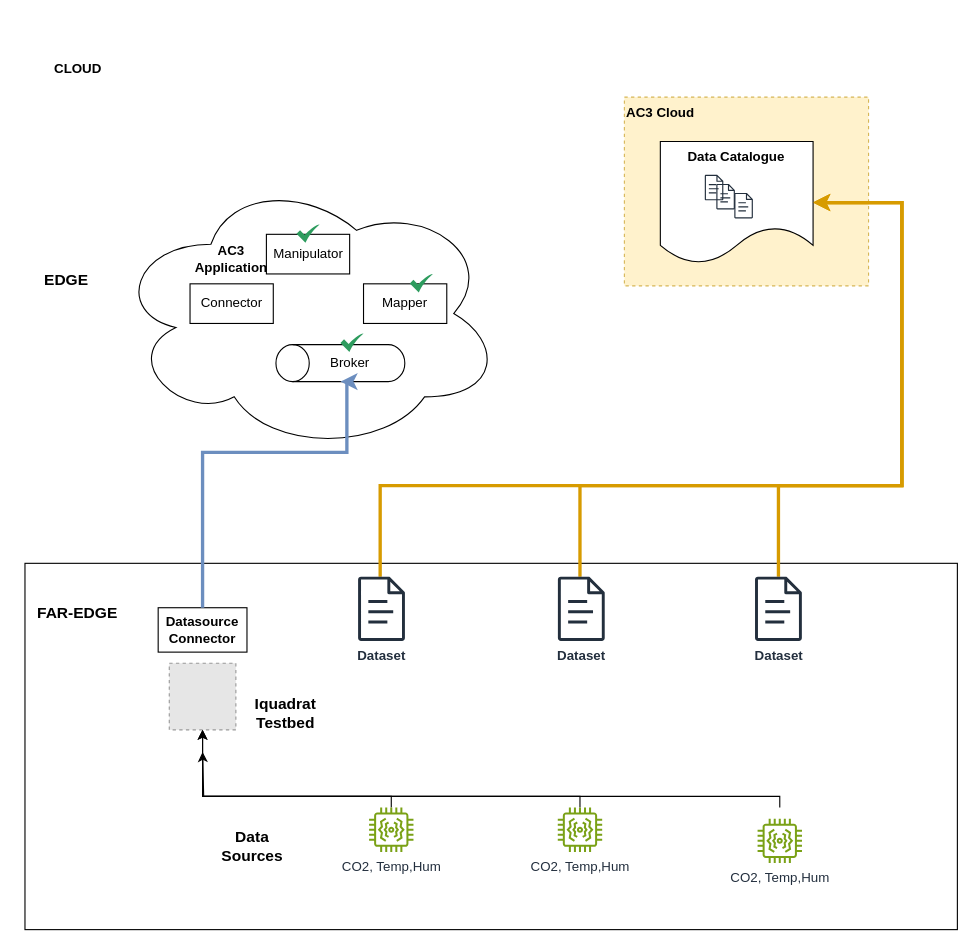
Above: Untitled Diagram.drawio in jojedaiqu/ac3_diagrams (draw.io), before the change. Source tidied: cells renumbered, new cells numbered last; positions are measured from the earlier drawing's top-left corner, leaving out a move shared by most shapes. Both pictures are drawn from the tidied source at 111%, with x=0, y=0 at pixel (19, 41). Pictures stored in the file or linked from it are replaced by grey dashed boxes.
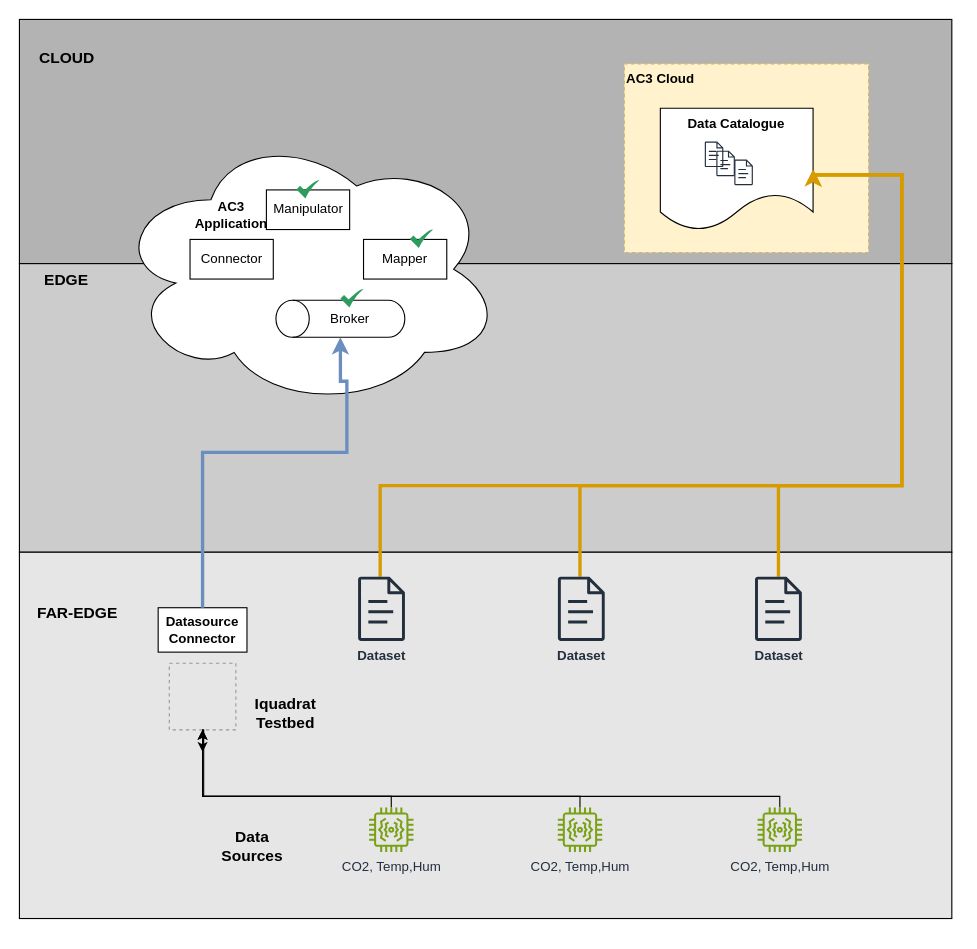
After the change.

The change refers to these unchanged cells:
```xml
<mxCell id="6" style="fillColor=#E6E6E6;strokeColor=#999999;dashed=1;html=1;verticalAlign=top;verticalLabelPosition=bottom;labelBackgroundColor=#ffffff;" parent="1" vertex="1">
  <mxGeometry x="135" y="560" width="60" height="60" as="geometry" />
</mxCell>
<mxCell id="26" value="Dataset" style="sketch=0;outlineConnect=0;fontColor=#232F3E;gradientColor=none;fillColor=#232F3D;strokeColor=none;dashed=0;verticalLabelPosition=bottom;verticalAlign=top;align=center;html=1;fontSize=12;fontStyle=1;shape=mxgraph.aws4.document;" parent="1" vertex="1">
  <mxGeometry x="305" y="482" width="42.4" height="58" as="geometry" />
</mxCell>
<mxCell id="27" value="Dataset" style="sketch=0;outlineConnect=0;fontColor=#232F3E;gradientColor=none;fillColor=#232F3D;strokeColor=none;dashed=0;verticalLabelPosition=bottom;verticalAlign=top;align=center;html=1;fontSize=12;fontStyle=1;shape=mxgraph.aws4.document;" parent="1" vertex="1">
  <mxGeometry x="662.6" y="482" width="42.4" height="58" as="geometry" />
</mxCell>
<mxCell id="29" value="Dataset" style="sketch=0;outlineConnect=0;fontColor=#232F3E;gradientColor=none;fillColor=#232F3D;strokeColor=none;dashed=0;verticalLabelPosition=bottom;verticalAlign=top;align=center;html=1;fontSize=12;fontStyle=1;shape=mxgraph.aws4.document;" parent="1" vertex="1">
  <mxGeometry x="485" y="482" width="42.4" height="58" as="geometry" />
</mxCell>
<mxCell id="31" value="CO2, Temp,Hum" style="sketch=0;outlineConnect=0;fontColor=#232F3E;gradientColor=none;fillColor=#7AA116;strokeColor=none;dashed=0;verticalLabelPosition=bottom;verticalAlign=top;align=center;html=1;fontSize=12;fontStyle=0;shape=mxgraph.aws4.iot_thing_vibration_sensor;" parent="1" vertex="1">
  <mxGeometry x="485" y="690" width="40" height="40" as="geometry" />
</mxCell>
```

What changed in the source:
```diff
@@
+    <mxCell id="41" style="html=1;dashed=0;whiteSpace=wrap;fillColor=#B3B3B3;" parent="1" vertex="1">
+      <mxGeometry y="-20" width="840" height="220" as="geometry" />
+    </mxCell>
+    <mxCell id="42" style="html=1;dashed=0;whiteSpace=wrap;fillColor=#CCCCCC;" parent="1" vertex="1">
+      <mxGeometry y="200" width="840" height="260" as="geometry" />
+    </mxCell>
-    <mxCell id="2" style="html=1;dashed=0;whiteSpace=wrap;" parent="1" vertex="1">
-      <mxGeometry x="5" y="470" width="840" height="330" as="geometry" />
+    <mxCell id="2" style="html=1;dashed=0;whiteSpace=wrap;fillColor=#E6E6E6;" parent="1" vertex="1">
+      <mxGeometry y="460" width="840" height="330" as="geometry" />
     </mxCell>
     <mxCell id="3" value="AC3 Cloud" style="rounded=0;whiteSpace=wrap;html=1;labelPosition=center;verticalLabelPosition=middle;align=left;verticalAlign=top;fillColor=#fff2cc;strokeColor=#d6b656;dashed=1;fontStyle=1;" parent="1" vertex="1">
-      <mxGeometry x="545" y="50" width="220" height="170" as="geometry" />
+      <mxGeometry x="545" y="20" width="220" height="170" as="geometry" />
     </mxCell>
@@
-    <mxCell id="8" value="CLOUD" style="text;html=1;align=center;verticalAlign=middle;whiteSpace=wrap;rounded=0;fontStyle=1;" parent="1" vertex="1">
-      <mxGeometry x="22.5" width="60" height="50" as="geometry" />
+    <mxCell id="8" value="&lt;font style=&quot;font-size: 14px;&quot;&gt;CLOUD&lt;/font&gt;" style="text;html=1;align=center;verticalAlign=middle;whiteSpace=wrap;rounded=0;fontStyle=1;" parent="1" vertex="1">
+      <mxGeometry x="12.5" y="-10" width="60" height="50" as="geometry" />
     </mxCell>
@@
     <mxCell id="10" style="edgeStyle=orthogonalEdgeStyle;rounded=0;jettySize=auto;html=1;entryX=1;entryY=0.5;entryDx=0;entryDy=0;fillColor=#ffe6cc;strokeColor=#d79b00;strokeWidth=3;" parent="1" edge="1" source="26" target="25">
       <mxGeometry relative="1" as="geometry">
         <Array as="points">
           <mxPoint x="325" y="400" />
           <mxPoint x="795" y="400" />
-          <mxPoint x="795" y="145" />
+          <mxPoint x="795" y="120" />
+          <mxPoint x="715" y="120" />
         </Array>
       </mxGeometry>
     </mxCell>
     <mxCell id="11" style="edgeStyle=orthogonalEdgeStyle;rounded=0;jettySize=auto;html=1;entryX=1;entryY=0.5;entryDx=0;entryDy=0;fillColor=#ffe6cc;strokeColor=#d79b00;strokeWidth=3;" parent="1" edge="1" source="27" target="25">
       <mxGeometry relative="1" as="geometry">
         <Array as="points">
           <mxPoint x="684" y="400" />
           <mxPoint x="795" y="400" />
-          <mxPoint x="795" y="145" />
+          <mxPoint x="795" y="120" />
+          <mxPoint x="715" y="120" />
         </Array>
       </mxGeometry>
     </mxCell>
     <mxCell id="12" style="group;" parent="1" vertex="1">
-      <mxGeometry x="85" y="120" width="350" height="250" as="geometry" />
+      <mxGeometry x="85" y="80" width="350" height="250" as="geometry" />
     </mxCell>
@@
     <mxCell id="25" value="Data Catalogue" style="shape=document;whiteSpace=wrap;html=1;boundedLbl=1;labelPosition=center;verticalLabelPosition=middle;align=center;verticalAlign=top;fontStyle=1;" parent="1" vertex="1">
-      <mxGeometry x="577.4" y="90" width="137.6" height="110" as="geometry" />
+      <mxGeometry x="577.4" y="60" width="137.6" height="110" as="geometry" />
     </mxCell>
@@
     <mxCell id="28" style="edgeStyle=orthogonalEdgeStyle;rounded=0;jettySize=auto;html=1;entryX=1;entryY=0.5;entryDx=0;entryDy=0;fillColor=#ffe6cc;strokeColor=#d79b00;strokeWidth=3;" parent="1" edge="1" source="29" target="25">
       <mxGeometry relative="1" as="geometry">
         <Array as="points">
           <mxPoint x="505" y="400" />
           <mxPoint x="795" y="400" />
-          <mxPoint x="795" y="145" />
+          <mxPoint x="795" y="120" />
+          <mxPoint x="715" y="120" />
         </Array>
       </mxGeometry>
     </mxCell>
@@
-    <mxCell id="30" style="edgeStyle=orthogonalEdgeStyle;rounded=0;jettySize=auto;html=1;" parent="1" edge="1" source="31" target="6">
-      <mxGeometry relative="1" as="geometry">
-        <Array as="points">
-          <mxPoint x="505" y="680" />
-          <mxPoint x="165" y="680" />
-        </Array>
-      </mxGeometry>
-    </mxCell>
@@
     <mxCell id="32" style="edgeStyle=orthogonalEdgeStyle;rounded=0;orthogonalLoop=1;jettySize=auto;html=1;" parent="1" edge="1">
       <mxGeometry relative="1" as="geometry">
         <mxPoint x="685" y="690" as="sourcePoint" />
         <mxPoint x="165" y="640" as="targetPoint" />
         <Array as="points">
           <mxPoint x="685" y="680" />
           <mxPoint x="166" y="680" />
-          <mxPoint x="166" y="640" />
+          <mxPoint x="166" y="620" />
+          <mxPoint x="165" y="620" />
         </Array>
       </mxGeometry>
     </mxCell>
     <mxCell id="33" value="CO2, Temp,Hum" style="sketch=0;fontColor=#232F3E;gradientColor=none;fillColor=#7AA116;strokeColor=none;dashed=0;verticalLabelPosition=bottom;verticalAlign=top;align=center;html=1;fontSize=12;fontStyle=0;shape=mxgraph.aws4.iot_thing_vibration_sensor;" parent="1" vertex="1">
-      <mxGeometry x="665" y="700" width="40" height="40" as="geometry" />
+      <mxGeometry x="665" y="690" width="40" height="40" as="geometry" />
     </mxCell>
@@
     <mxCell id="36" style="group;" parent="1" vertex="1">
-      <mxGeometry x="617.4" y="120" width="47.6" height="40" as="geometry" />
+      <mxGeometry x="617.4" y="90" width="47.6" height="40" as="geometry" />
     </mxCell>
@@
+    <mxCell id="30" style="edgeStyle=orthogonalEdgeStyle;rounded=0;jettySize=auto;html=1;entryX=0.5;entryY=1;entryDx=0;entryDy=0;" parent="1" edge="1" source="31" target="6">
+      <mxGeometry relative="1" as="geometry">
+        <Array as="points">
+          <mxPoint x="505" y="680" />
+          <mxPoint x="165" y="680" />
+        </Array>
+      </mxGeometry>
+    </mxCell>
```
